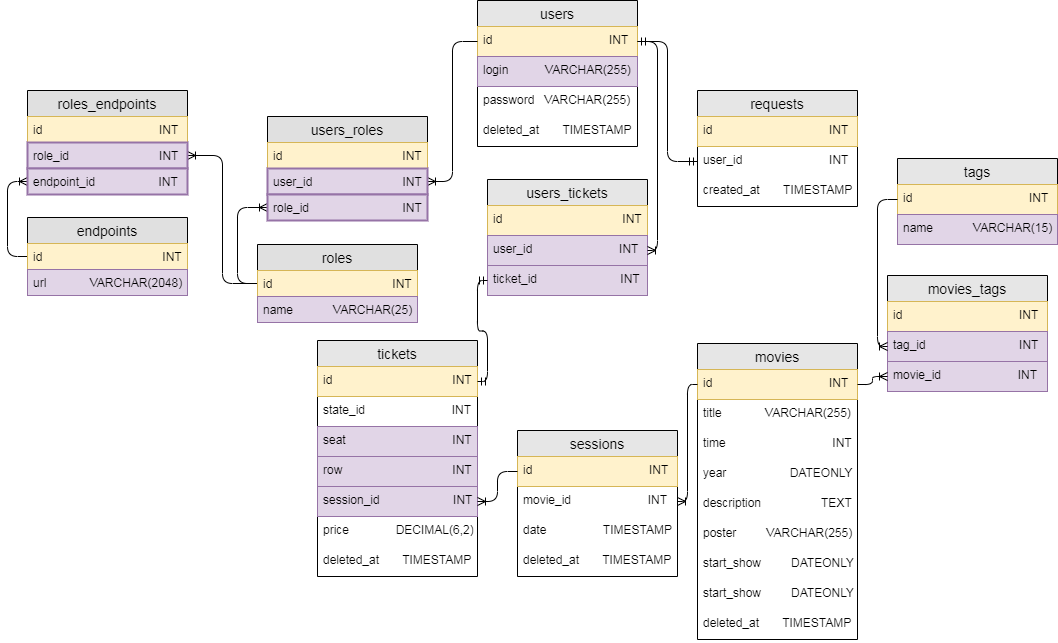
Before: database/sql/schema_db.png, a diagram exported from draw.io (PaulineHK/NodeJS). Source tidied: cells renumbered, new cells last; positions are measured from the earlier drawing's top-left corner, leaving out a move shared by most shapes.
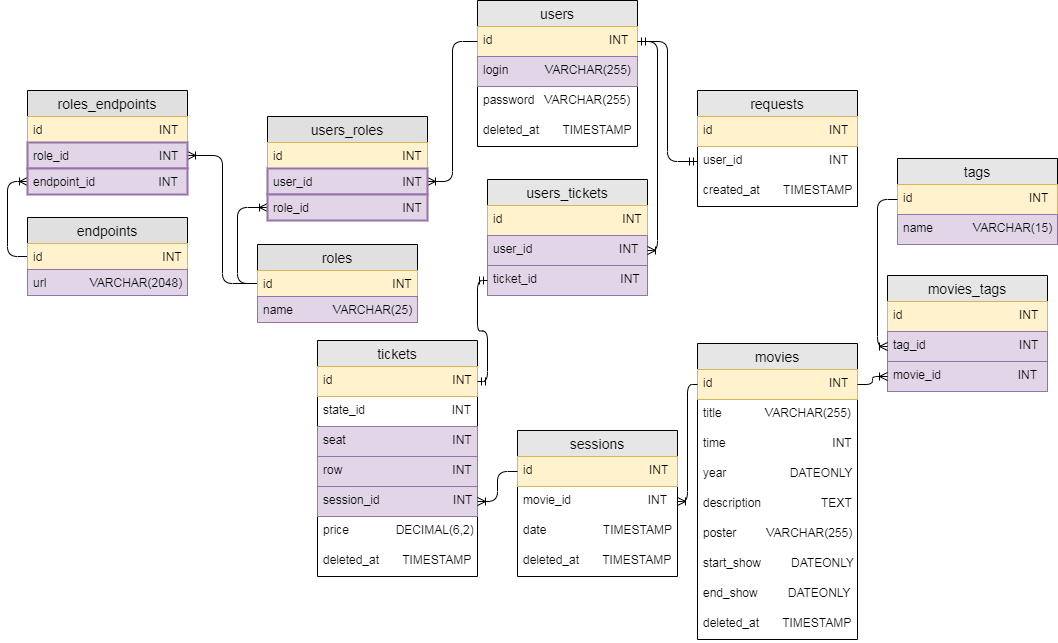
Later version of the same file.

Change to the diagram source:
```diff
@@ -41,7 +41,7 @@
     <mxCell id="14" value="start_show         DATEONLY" style="text;strokeColor=none;fillColor=none;spacingLeft=4;spacingRight=4;overflow=hidden;fontSize=12;" parent="7" vertex="1">
       <mxGeometry y="206" width="160" height="30" as="geometry" />
     </mxCell>
-    <mxCell id="15" value="start_show         DATEONLY" style="text;strokeColor=none;fillColor=none;spacingLeft=4;spacingRight=4;overflow=hidden;fontSize=12;" parent="7" vertex="1">
+    <mxCell id="15" value="end_show         DATEONLY" style="text;strokeColor=none;fillColor=none;spacingLeft=4;spacingRight=4;overflow=hidden;fontSize=12;" parent="7" vertex="1">
       <mxGeometry y="236" width="160" height="30" as="geometry" />
     </mxCell>
     <mxCell id="16" value="deleted_at       TIMESTAMP" style="text;strokeColor=none;fillColor=none;spacingLeft=4;spacingRight=4;overflow=hidden;fontSize=12;" parent="7" vertex="1">
```
